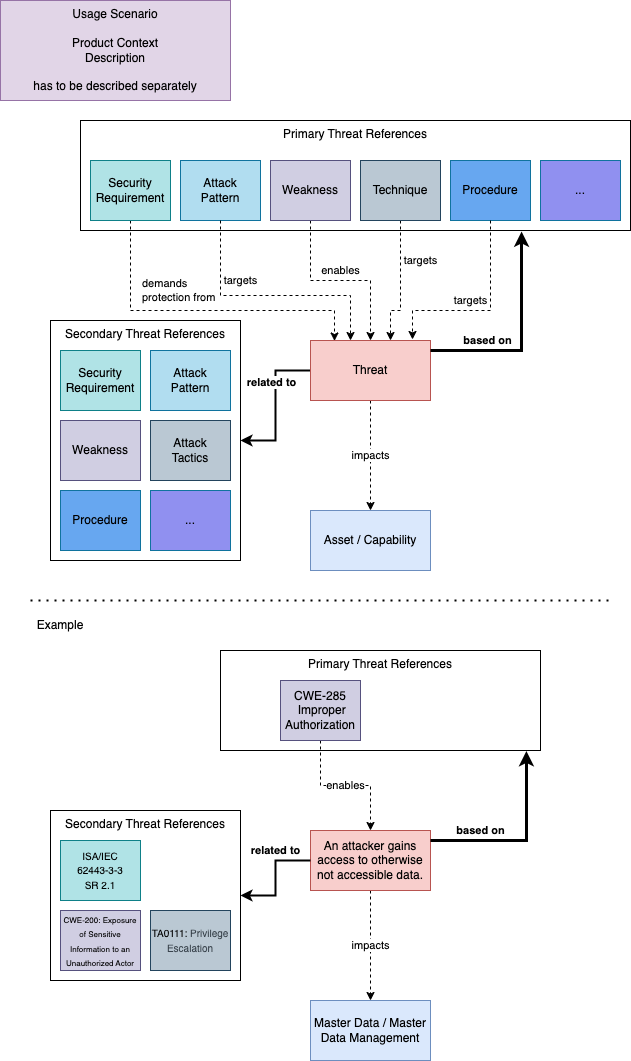
The draw.io diagram threats/2026/2026-01-26-Threat-Model.png in spdx/meetings, before a commit. Source tidied: cells renumbered, new cells last; positions are measured from the earlier drawing's top-left corner, leaving out a move shared by most shapes.
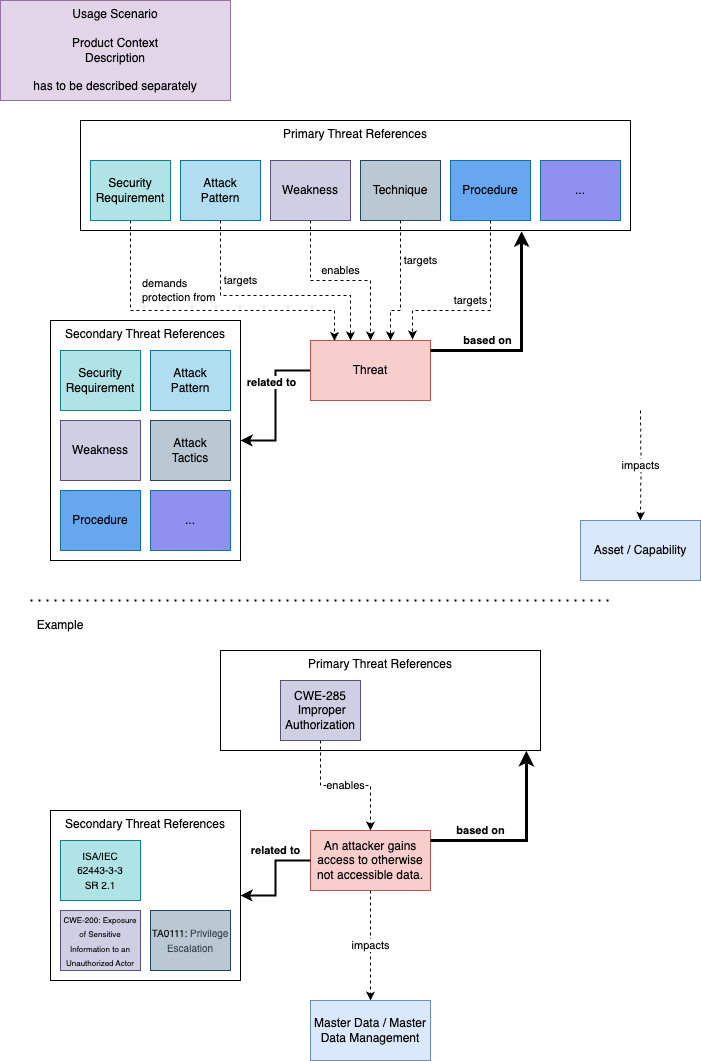
The same diagram one commit later.

What changed in the source:
```diff
@@ -5,8 +5,10 @@
     <mxCell id="2" value="Primary Threat References" style="rounded=0;whiteSpace=wrap;html=1;verticalAlign=top;" parent="1" vertex="1">
       <mxGeometry x="80" y="120" width="550" height="110" as="geometry" />
     </mxCell>
-    <mxCell id="3" value="impacts" style="edgeStyle=orthogonalEdgeStyle;rounded=0;jettySize=auto;html=1;entryX=0.5;entryY=0;entryDx=0;entryDy=0;dashed=1;" parent="1" edge="1" source="6" target="7">
-      <mxGeometry relative="1" as="geometry" />
+    <mxCell id="3" value="impacts" style="edgeStyle=orthogonalEdgeStyle;rounded=0;jettySize=auto;html=1;entryX=0.5;entryY=0;entryDx=0;entryDy=0;dashed=1;" parent="1" edge="1" target="7">
+      <mxGeometry relative="1" as="geometry">
+        <mxPoint x="640" y="410" as="sourcePoint" />
+      </mxGeometry>
     </mxCell>
     <mxCell id="4" style="edgeStyle=orthogonalEdgeStyle;rounded=0;jettySize=auto;html=1;entryX=1;entryY=0.5;entryDx=0;entryDy=0;strokeWidth=2;" parent="1" edge="1" source="6" target="14">
       <mxGeometry relative="1" as="geometry" />
@@ -20,7 +22,7 @@
       <mxGeometry x="310" y="340" width="120" height="60" as="geometry" />
     </mxCell>
     <mxCell id="7" value="Asset / Capability" style="rounded=0;whiteSpace=wrap;html=1;fillColor=#dae8fc;strokeColor=#6c8ebf;" parent="1" vertex="1">
-      <mxGeometry x="310" y="510" width="120" height="60" as="geometry" />
+      <mxGeometry x="580" y="520" width="120" height="60" as="geometry" />
     </mxCell>
     <mxCell id="8" value="Attack&lt;br&gt;Pattern" style="rounded=0;whiteSpace=wrap;html=1;fillColor=#b1ddf0;strokeColor=#10739e;" parent="1" vertex="1">
       <mxGeometry x="180" y="160" width="80" height="60" as="geometry" />
```
